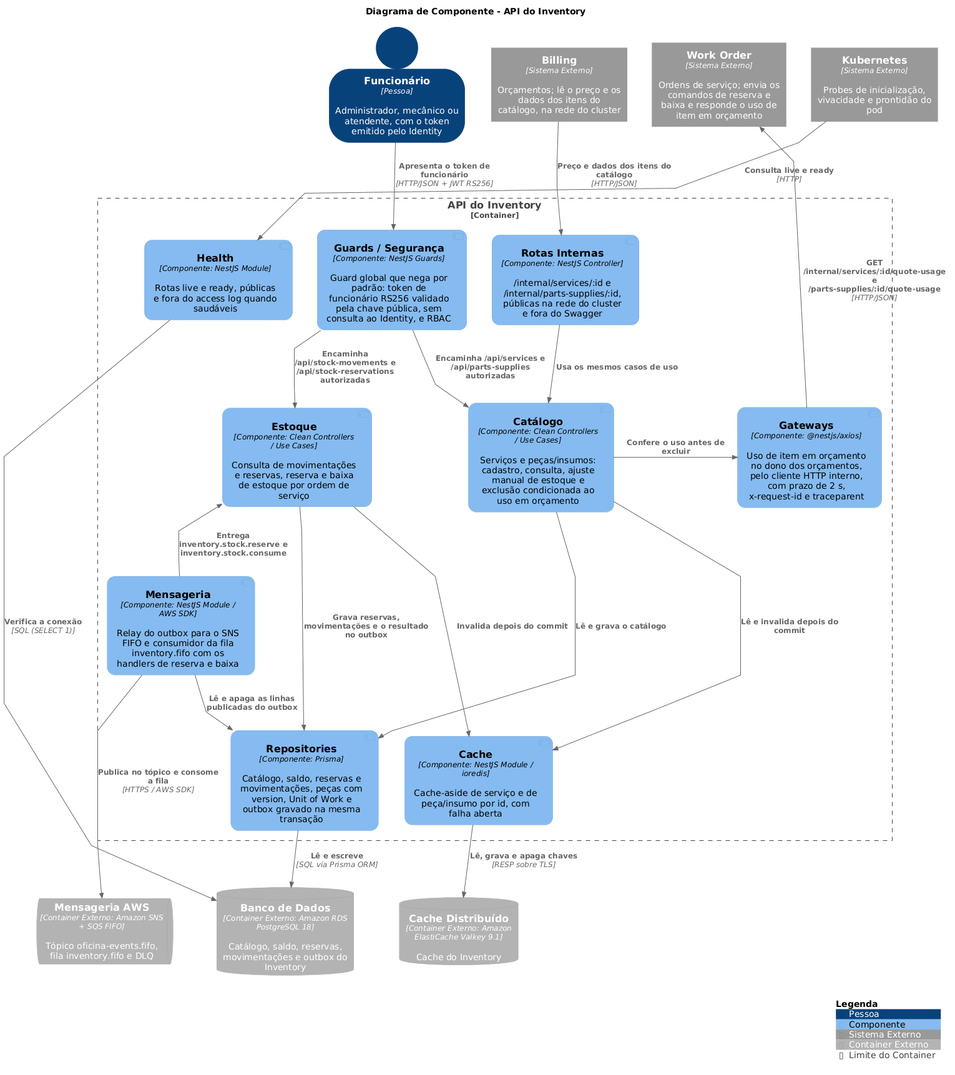
FIAP-15SOAT/oficina-mecanica-inventory-service keeps this PlantUML diagram as docs/c4/images/c4-component.png. Above is the earlier version.
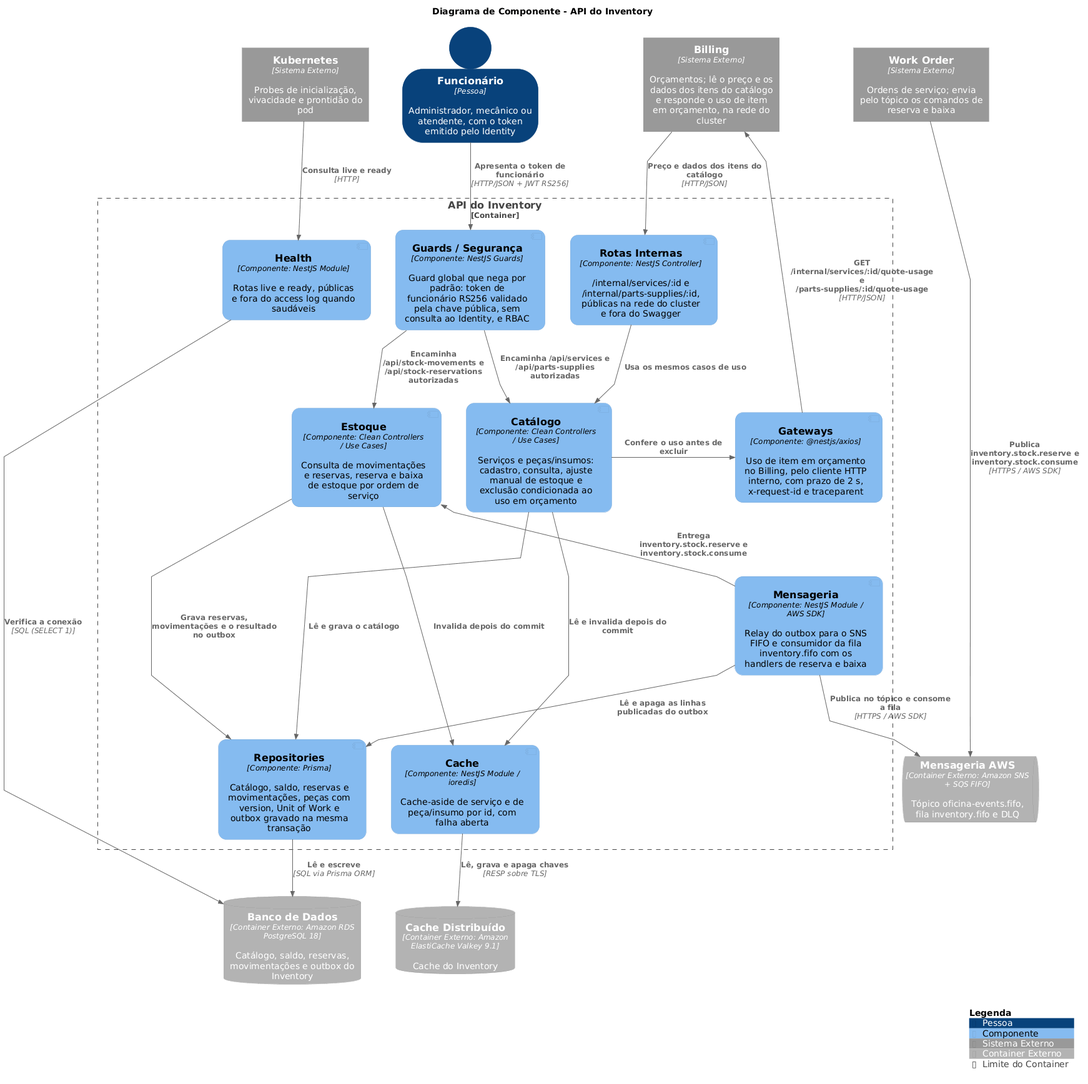
After the commit.

What changed in the source:
```diff
@@ -26,8 +26,8 @@
 title Diagrama de Componente - API do Inventory
 
 Person(staff, "Funcionário", "Administrador, mecânico ou atendente, com o token emitido pelo Identity")
-System_Ext(billing, "Billing", "Orçamentos; lê o preço e os dados dos itens do catálogo, na rede do cluster")
-System_Ext(workOrder, "Work Order", "Ordens de serviço; envia os comandos de reserva e baixa e responde o uso de item em orçamento")
+System_Ext(billing, "Billing", "Orçamentos; lê o preço e os dados dos itens do catálogo e responde o uso de item em orçamento, na rede do cluster")
+System_Ext(workOrder, "Work Order", "Ordens de serviço; envia pelo tópico os comandos de reserva e baixa")
 System_Ext(k8s, "Kubernetes", "Probes de inicialização, vivacidade e prontidão do pod")
 
 Container_Boundary(api, "API do Inventory") {
@@ -36,7 +36,7 @@
     Component(health, "Health", "NestJS Module", "Rotas live e ready, públicas e fora do access log quando saudáveis", $baseShape="component")
     Component(catalog, "Catálogo", "Clean Controllers / Use Cases", "Serviços e peças/insumos: cadastro, consulta, ajuste manual de estoque e exclusão condicionada ao uso em orçamento", $baseShape="component")
     Component(stock, "Estoque", "Clean Controllers / Use Cases", "Consulta de movimentações e reservas, reserva e baixa de estoque por ordem de serviço", $baseShape="component")
-    Component(gateways, "Gateways", "@nestjs/axios", "Uso de item em orçamento no dono dos orçamentos, pelo cliente HTTP interno, com prazo de 2 s, x-request-id e traceparent", $baseShape="component")
+    Component(gateways, "Gateways", "@nestjs/axios", "Uso de item em orçamento no Billing, pelo cliente HTTP interno, com prazo de 2 s, x-request-id e traceparent", $baseShape="component")
     Component(messaging, "Mensageria", "NestJS Module / AWS SDK", "Relay do outbox para o SNS FIFO e consumidor da fila inventory.fifo com os handlers de reserva e baixa", $baseShape="component")
     Component(repositories, "Repositories", "Prisma", "Catálogo, saldo, reservas e movimentações, peças com version, Unit of Work e outbox gravado na mesma transação", $baseShape="component")
     Component(cache, "Cache", "NestJS Module / ioredis", "Cache-aside de serviço e de peça/insumo por id, com falha aberta", $baseShape="component")
@@ -46,15 +46,14 @@
 ContainerDb_Ext(postgres, "Banco de Dados", "Amazon RDS PostgreSQL 18", "Catálogo, saldo, reservas, movimentações e outbox do Inventory")
 ContainerDb_Ext(valkey, "Cache Distribuído", "Amazon ElastiCache Valkey 9.1", "Cache do Inventory")
 
+Lay_R(k8s, staff)
 Lay_R(staff, billing)
 Lay_R(billing, workOrder)
-Lay_R(workOrder, k8s)
 Lay_R(guards, internalRoutes)
 Lay_R(internalRoutes, health)
 Lay_R(catalog, gateways)
-Lay_R(stock, messaging)
+Lay_D(gateways, messaging)
 Lay_R(repositories, cache)
-Lay_R(sns, postgres)
 Lay_R(postgres, valkey)
 
 Rel_D(staff, guards, "Apresenta o token de funcionário", "HTTP/JSON + JWT RS256")
@@ -64,14 +63,15 @@
 Rel_D(guards, stock, "Encaminha /api/stock-movements e /api/stock-reservations autorizadas")
 Rel_D(internalRoutes, catalog, "Usa os mesmos casos de uso")
 Rel_R(catalog, gateways, "Confere o uso antes de excluir")
-Rel_U(gateways, workOrder, "GET /internal/services/:id/quote-usage e /parts-supplies/:id/quote-usage", "HTTP/JSON")
-Rel(messaging, stock, "Entrega inventory.stock.reserve e inventory.stock.consume")
+Rel_U(gateways, billing, "GET /internal/services/:id/quote-usage e /parts-supplies/:id/quote-usage", "HTTP/JSON")
+Rel_U(messaging, stock, "Entrega inventory.stock.reserve e inventory.stock.consume")
 Rel_D(catalog, repositories, "Lê e grava o catálogo")
 Rel_D(stock, repositories, "Grava reservas, movimentações e o resultado no outbox")
 Rel_D(catalog, cache, "Lê e invalida depois do commit")
 Rel_D(stock, cache, "Invalida depois do commit")
 Rel_D(messaging, repositories, "Lê e apaga as linhas publicadas do outbox")
 Rel_D(messaging, sns, "Publica no tópico e consome a fila", "HTTPS / AWS SDK")
+Rel_D(workOrder, sns, "Publica inventory.stock.reserve e inventory.stock.consume", "HTTPS / AWS SDK")
 Rel_D(repositories, postgres, "Lê e escreve", "SQL via Prisma ORM")
 Rel_D(cache, valkey, "Lê, grava e apaga chaves", "RESP sobre TLS")
 Rel_D(health, postgres, "Verifica a conexão", "SQL (SELECT 1)")
```
